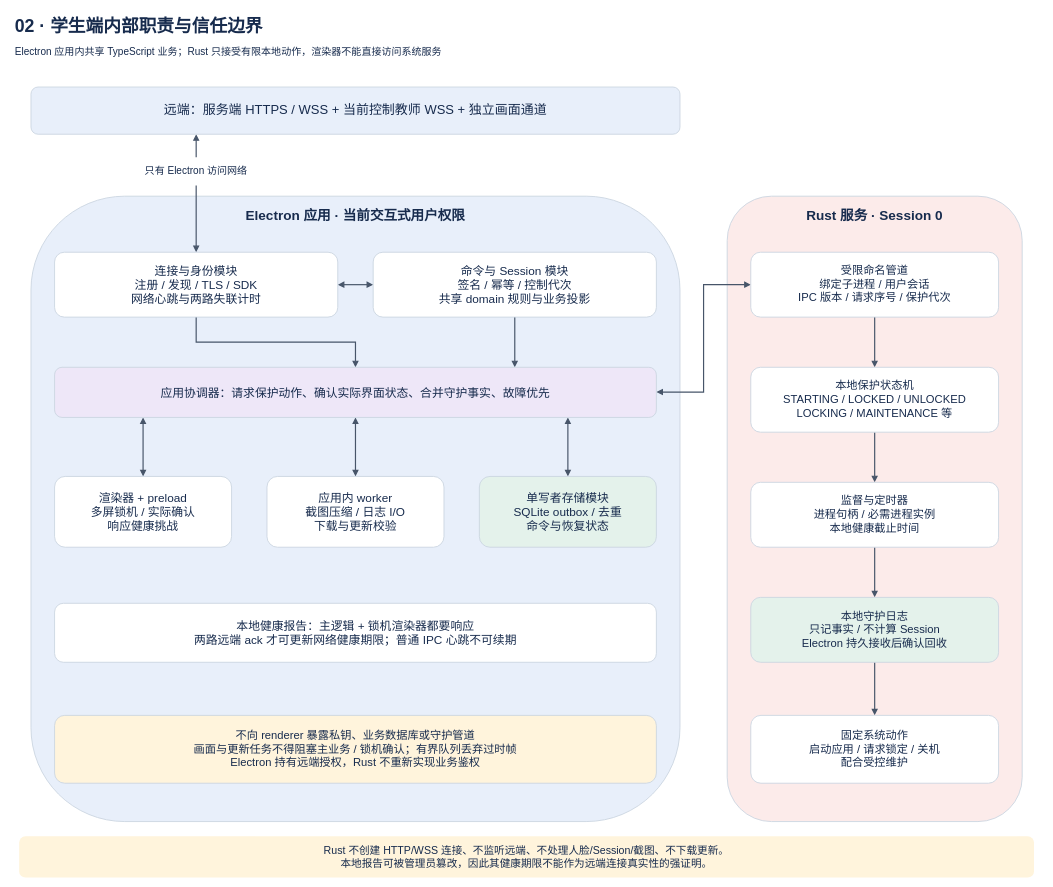
Earlier version of the draw.io diagram page "02 · 学生端内部职责与信任边界" (2 of 10) of docs/architecture.drawio (lmyzzzz/cyez-library-management). Source tidied: cells renumbered, new cells numbered last; positions are measured from the earlier drawing's top-left corner, leaving out a move shared by most shapes. Both pictures are drawn from the tidied source at 59%, with x=0, y=0 at pixel (10, 10).
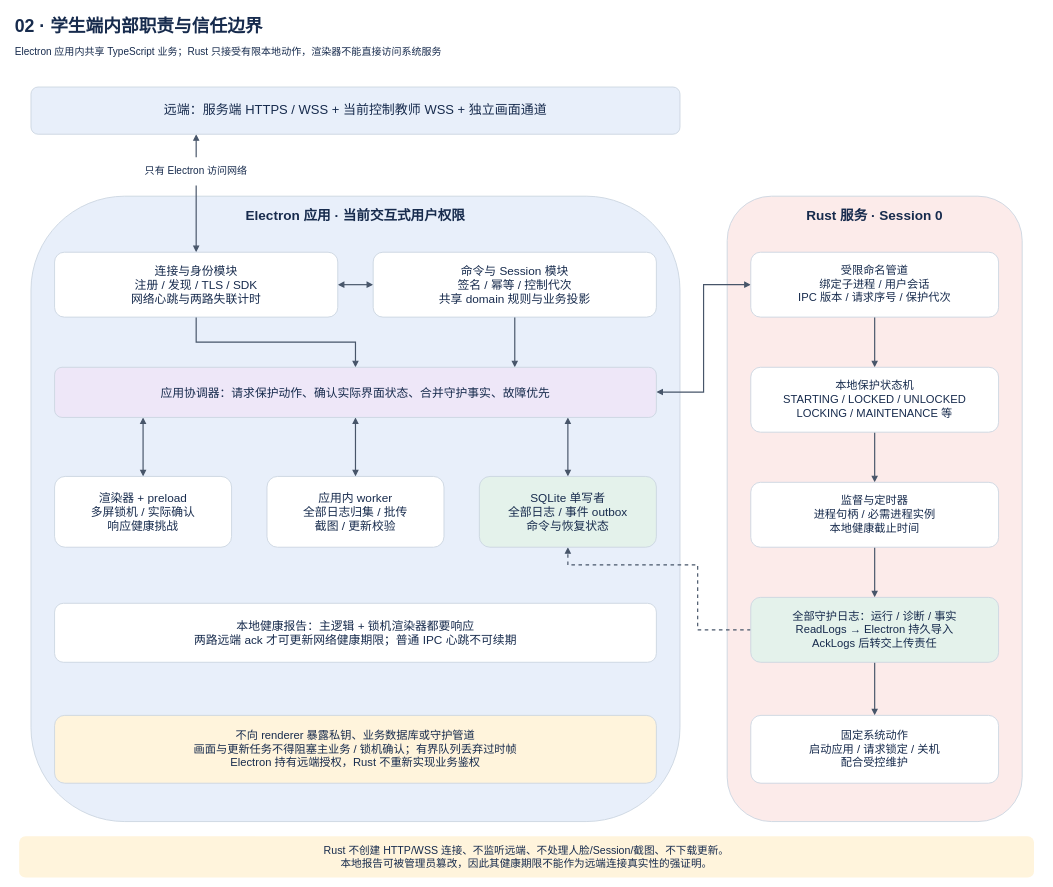
After the change.

The edit, as a diff of the source:
```diff
@@
+    <mxCell id="36" style="edgeStyle=none;rounded=0;html=0;strokeColor=#475569;strokeWidth=2;endArrow=block;endFill=1;startArrow=none;startFill=1;dashed=1;exitX=0.0;exitY=0.5;exitPerimeter=0;entryX=0.5;entryY=1.0;entryPerimeter=0;" parent="1" edge="1" source="33" target="27">
+      <mxGeometry relative="1" as="geometry">
+        <Array as="points">
+          <mxPoint x="1165" y="1050" />
+          <mxPoint x="1165" y="940" />
+          <mxPoint x="945" y="940" />
+        </Array>
+      </mxGeometry>
+    </mxCell>
@@
-    <mxCell id="26" value="应用内 worker&#10;截图压缩 / 日志 I/O&#10;下载与更新校验" style="rounded=1;whiteSpace=wrap;html=0;fillColor=#ffffff;strokeColor=#cbd5e1;strokeWidth=1.5;fontColor=#172b4d;fontFamily=Microsoft YaHei;fontSize=20;fontStyle=0;align=center;verticalAlign=middle;spacing=8;" parent="1" vertex="1">
+    <mxCell id="26" value="应用内 worker&#10;全部日志归集 / 批传&#10;截图 / 更新校验" style="rounded=1;whiteSpace=wrap;html=0;fillColor=#ffffff;strokeColor=#cbd5e1;strokeWidth=1.5;fontColor=#172b4d;fontFamily=Microsoft YaHei;fontSize=20;fontStyle=0;align=center;verticalAlign=middle;spacing=8;" parent="1" vertex="1">
       <mxGeometry x="435" y="790" width="300" height="120" as="geometry" />
     </mxCell>
-    <mxCell id="27" value="单写者存储模块&#10;SQLite outbox / 去重&#10;命令与恢复状态" style="rounded=1;whiteSpace=wrap;html=0;fillColor=#e4f2eb;strokeColor=#cbd5e1;strokeWidth=1.5;fontColor=#172b4d;fontFamily=Microsoft YaHei;fontSize=20;fontStyle=0;align=center;verticalAlign=middle;spacing=8;" parent="1" vertex="1">
+    <mxCell id="27" value="SQLite 单写者&#10;全部日志 / 事件 outbox&#10;命令与恢复状态" style="rounded=1;whiteSpace=wrap;html=0;fillColor=#e4f2eb;strokeColor=#cbd5e1;strokeWidth=1.5;fontColor=#172b4d;fontFamily=Microsoft YaHei;fontSize=20;fontStyle=0;align=center;verticalAlign=middle;spacing=8;" parent="1" vertex="1">
       <mxGeometry x="795" y="790" width="300" height="120" as="geometry" />
     </mxCell>
@@
-    <mxCell id="33" value="本地守护日志&#10;只记事实 / 不计算 Session&#10;Electron 持久接收后确认回收" style="rounded=1;whiteSpace=wrap;html=0;fillColor=#e4f2eb;strokeColor=#cbd5e1;strokeWidth=1.5;fontColor=#172b4d;fontFamily=Microsoft YaHei;fontSize=19;fontStyle=0;align=center;verticalAlign=middle;spacing=8;" parent="1" vertex="1">
+    <mxCell id="33" value="全部守护日志：运行 / 诊断 / 事实&#10;ReadLogs → Electron 持久导入&#10;AckLogs 后转交上传责任" style="rounded=1;whiteSpace=wrap;html=0;fillColor=#e4f2eb;strokeColor=#cbd5e1;strokeWidth=1.5;fontColor=#172b4d;fontFamily=Microsoft YaHei;fontSize=19;fontStyle=0;align=center;verticalAlign=middle;spacing=8;" parent="1" vertex="1">
       <mxGeometry x="1255" y="995" width="420" height="110" as="geometry" />
     </mxCell>
```
